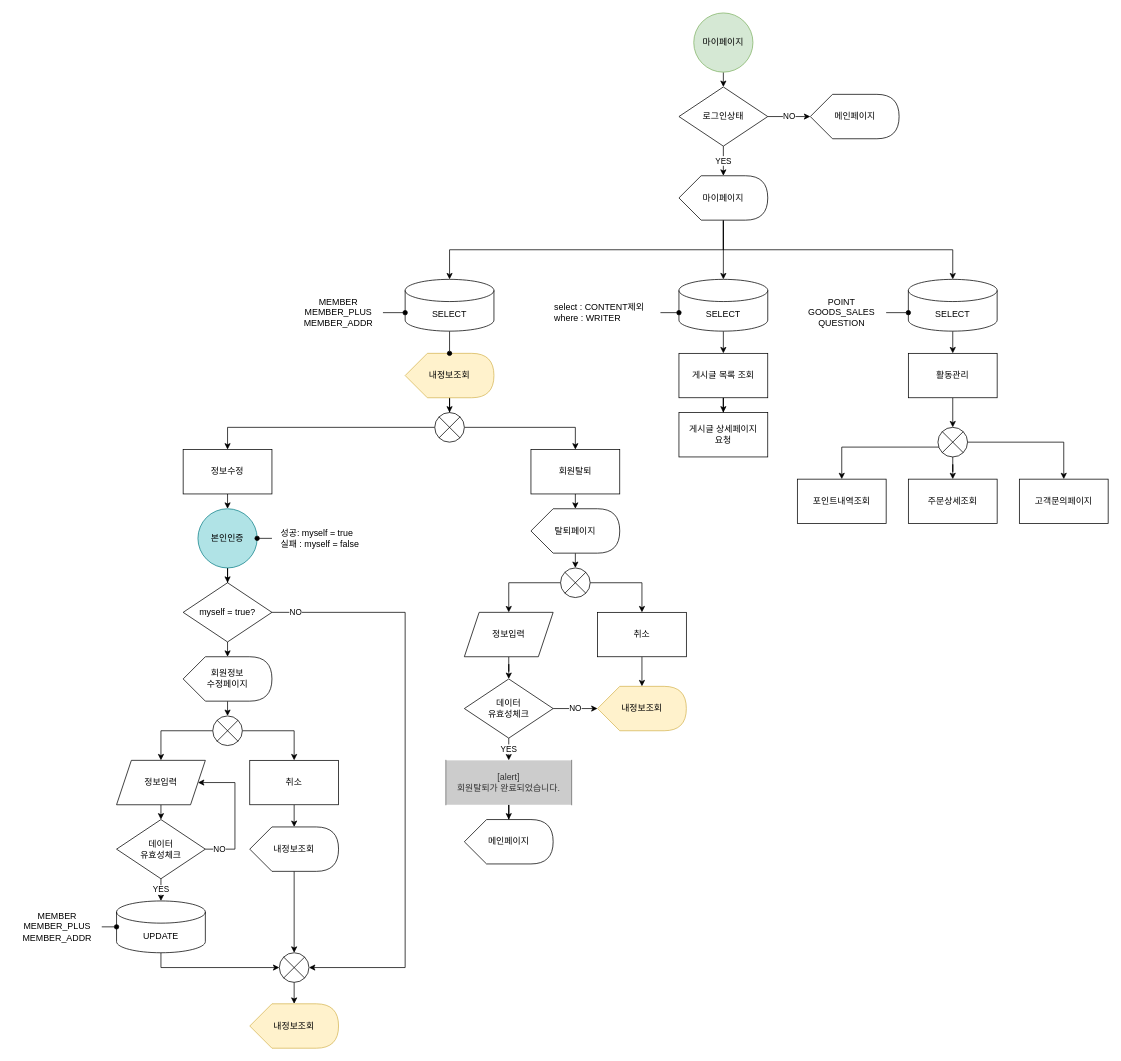
The draw.io diagram page "마이페이지" (7 of 8) of 설계/데이터흐름도/회원 flowchart(혜진).drawio in hjkim27/TEAM_Project, before the edit. Source tidied: cells renumbered, new cells numbered last; positions are measured from the earlier drawing's top-left corner, leaving out a move shared by most shapes. Both pictures are drawn from the tidied source at 74%, with x=0, y=0 at pixel (13, 13).
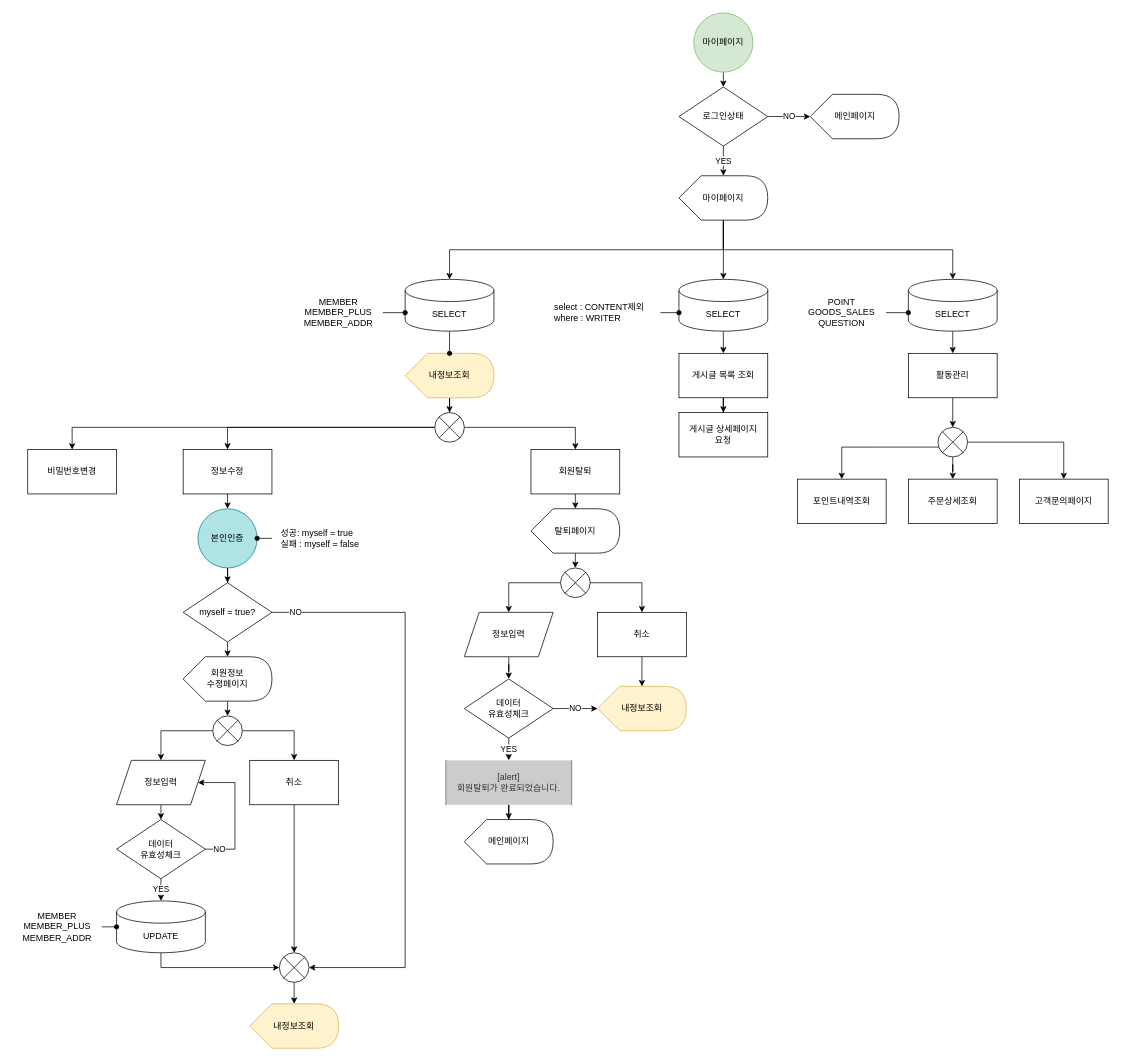
The same diagram, later.

The change refers to these unchanged cells:
```xml
<mxCell id="17" style="verticalLabelPosition=bottom;verticalAlign=top;html=1;shape=mxgraph.flowchart.or;strokeWidth=1;" parent="1" vertex="1">
  <mxGeometry x="570" y="540" width="40" height="40" as="geometry" />
</mxCell>
<mxCell id="56" value="취소" style="whiteSpace=wrap;html=1;verticalAlign=middle;strokeWidth=1;" parent="1" vertex="1">
  <mxGeometry x="320" y="1010" width="120" height="60" as="geometry" />
</mxCell>
<mxCell id="68" style="verticalLabelPosition=bottom;verticalAlign=top;html=1;shape=mxgraph.flowchart.or;strokeWidth=1;" parent="1" vertex="1">
  <mxGeometry x="360" y="1270" width="40" height="40" as="geometry" />
</mxCell>
```

Change to the diagram source:
```diff
@@
+    <mxCell id="89" style="edgeStyle=orthogonalEdgeStyle;rounded=0;jettySize=auto;html=1;exitX=0;exitY=0.5;exitDx=0;exitDy=0;exitPerimeter=0;endArrow=classic;endFill=1;entryX=0.5;entryY=0;entryDx=0;entryDy=0;" parent="1" edge="1" source="17" target="90">
+      <mxGeometry relative="1" as="geometry" />
+    </mxCell>
@@
-    <mxCell id="55" style="edgeStyle=orthogonalEdgeStyle;rounded=0;jettySize=auto;html=1;exitX=0.5;exitY=1;exitDx=0;exitDy=0;entryX=0;entryY=0;entryDx=60;entryDy=0;entryPerimeter=0;endArrow=classic;endFill=1;" parent="1" edge="1" source="56" target="60">
-      <mxGeometry relative="1" as="geometry" />
-    </mxCell>
@@
-    <mxCell id="59" style="edgeStyle=orthogonalEdgeStyle;rounded=0;jettySize=auto;html=1;exitX=0;exitY=0;exitDx=60.000000000000014;exitDy=60.00000000000001;exitPerimeter=0;entryX=0.5;entryY=0;entryDx=0;entryDy=0;entryPerimeter=0;endArrow=classic;endFill=1;" parent="1" edge="1" source="60" target="68">
+    <mxCell id="59" style="edgeStyle=orthogonalEdgeStyle;rounded=0;jettySize=auto;html=1;exitX=0.5;exitY=1;exitDx=0;exitDy=0;entryX=0.5;entryY=0;entryDx=0;entryDy=0;entryPerimeter=0;endArrow=classic;endFill=1;" parent="1" edge="1" source="56" target="68">
       <mxGeometry relative="1" as="geometry" />
     </mxCell>
-    <mxCell id="60" value="내정보조회" style="shape=display;whiteSpace=wrap;html=1;strokeWidth=1;align=center;" parent="1" vertex="1">
-      <mxGeometry x="320" y="1100" width="120" height="60" as="geometry" />
-    </mxCell>
@@
+    <mxCell id="90" value="비밀번호변경" style="whiteSpace=wrap;html=1;verticalAlign=middle;strokeWidth=1;" parent="1" vertex="1">
+      <mxGeometry x="20" y="590" width="120" height="60" as="geometry" />
+    </mxCell>
```
